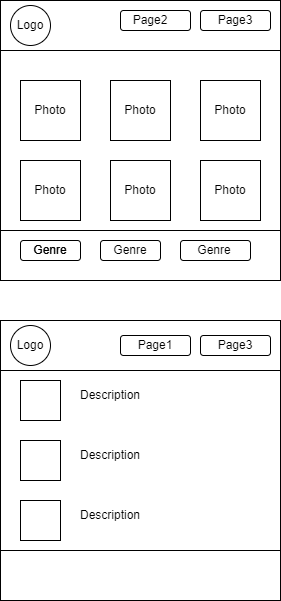
Above: 201-Project-Prototype.drawio.png in Blendshe/201-Project-Photography-website (draw.io), before the change. Source tidied: cells renumbered, new cells last; positions are measured from the earlier drawing's top-left corner, leaving out a move shared by most shapes.
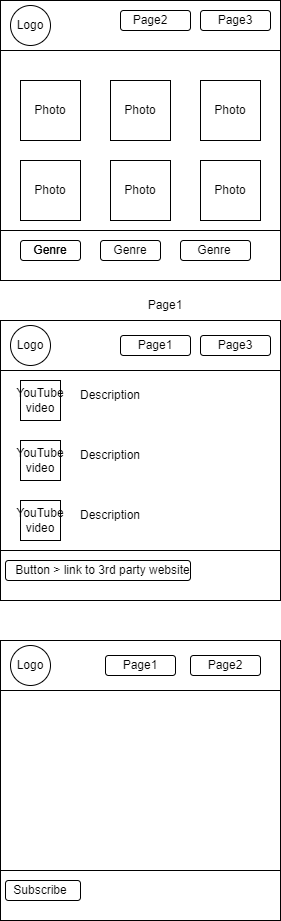
The same diagram one commit later.

Change to the diagram source:
```diff
@@ -111,7 +111,7 @@
       <mxGeometry x="120" y="335" width="70" height="20" as="geometry" />
     </mxCell>
     <mxCell id="38" value="Page1" style="text;html=1;strokeColor=none;fillColor=none;align=center;verticalAlign=middle;whiteSpace=wrap;rounded=0;" parent="1" vertex="1">
-      <mxGeometry x="125" y="330" width="60" height="30" as="geometry" />
+      <mxGeometry x="135" y="290" width="60" height="30" as="geometry" />
     </mxCell>
     <mxCell id="39" value="Page3" style="text;html=1;strokeColor=none;fillColor=none;align=center;verticalAlign=middle;whiteSpace=wrap;rounded=0;" parent="1" vertex="1">
       <mxGeometry x="205" y="330" width="60" height="30" as="geometry" />
@@ -134,5 +134,56 @@
     <mxCell id="45" value="Description" style="text;html=1;strokeColor=none;fillColor=none;align=center;verticalAlign=middle;whiteSpace=wrap;rounded=0;" parent="1" vertex="1">
       <mxGeometry x="80" y="500" width="60" height="30" as="geometry" />
     </mxCell>
+    <mxCell id="46" style="whiteSpace=wrap;html=1;" parent="1" vertex="1">
+      <mxGeometry y="640" width="280" height="280" as="geometry" />
+    </mxCell>
+    <mxCell id="47" style="rounded=0;whiteSpace=wrap;html=1;" parent="1" vertex="1">
+      <mxGeometry y="640" width="280" height="50" as="geometry" />
+    </mxCell>
+    <mxCell id="48" style="rounded=0;whiteSpace=wrap;html=1;" parent="1" vertex="1">
+      <mxGeometry y="870" width="280" height="50" as="geometry" />
+    </mxCell>
+    <mxCell id="49" style="rounded=1;whiteSpace=wrap;html=1;" parent="1" vertex="1">
+      <mxGeometry x="5" y="560" width="185" height="20" as="geometry" />
+    </mxCell>
+    <mxCell id="50" value="Button &amp;gt; link to 3rd party website" style="text;html=1;strokeColor=none;fillColor=none;align=center;verticalAlign=middle;whiteSpace=wrap;rounded=0;" parent="1" vertex="1">
+      <mxGeometry x="10" y="555" width="185" height="30" as="geometry" />
+    </mxCell>
+    <mxCell id="51" value="YouTube video" style="text;html=1;strokeColor=none;fillColor=none;align=center;verticalAlign=middle;whiteSpace=wrap;rounded=0;" parent="1" vertex="1">
+      <mxGeometry x="30" y="387.5" width="20" height="25" as="geometry" />
+    </mxCell>
+    <mxCell id="52" value="YouTube video" style="text;html=1;strokeColor=none;fillColor=none;align=center;verticalAlign=middle;whiteSpace=wrap;rounded=0;" parent="1" vertex="1">
+      <mxGeometry x="30" y="447.5" width="20" height="25" as="geometry" />
+    </mxCell>
+    <mxCell id="53" value="YouTube video" style="text;html=1;strokeColor=none;fillColor=none;align=center;verticalAlign=middle;whiteSpace=wrap;rounded=0;" parent="1" vertex="1">
+      <mxGeometry x="30" y="507.5" width="20" height="25" as="geometry" />
+    </mxCell>
+    <mxCell id="54" style="ellipse;whiteSpace=wrap;html=1;" parent="1" vertex="1">
+      <mxGeometry x="10" y="645" width="40" height="40" as="geometry" />
+    </mxCell>
+    <mxCell id="55" value="Logo" style="text;html=1;strokeColor=none;fillColor=none;align=center;verticalAlign=middle;whiteSpace=wrap;rounded=0;" parent="1" vertex="1">
+      <mxGeometry y="650" width="60" height="30" as="geometry" />
+    </mxCell>
+    <mxCell id="56" value="Page1" style="text;html=1;strokeColor=none;fillColor=none;align=center;verticalAlign=middle;whiteSpace=wrap;rounded=0;" parent="1" vertex="1">
+      <mxGeometry x="125" y="330" width="60" height="30" as="geometry" />
+    </mxCell>
+    <mxCell id="57" style="rounded=1;whiteSpace=wrap;html=1;" parent="1" vertex="1">
+      <mxGeometry x="190" y="655" width="70" height="20" as="geometry" />
+    </mxCell>
+    <mxCell id="58" style="rounded=1;whiteSpace=wrap;html=1;" parent="1" vertex="1">
+      <mxGeometry x="105" y="655" width="70" height="20" as="geometry" />
+    </mxCell>
+    <mxCell id="59" value="Page1" style="text;html=1;strokeColor=none;fillColor=none;align=center;verticalAlign=middle;whiteSpace=wrap;rounded=0;" parent="1" vertex="1">
+      <mxGeometry x="110" y="650" width="60" height="30" as="geometry" />
+    </mxCell>
+    <mxCell id="60" value="Page2" style="text;html=1;strokeColor=none;fillColor=none;align=center;verticalAlign=middle;whiteSpace=wrap;rounded=0;" parent="1" vertex="1">
+      <mxGeometry x="195" y="650" width="60" height="30" as="geometry" />
+    </mxCell>
+    <mxCell id="61" style="rounded=1;whiteSpace=wrap;html=1;" parent="1" vertex="1">
+      <mxGeometry x="5" y="880" width="75" height="20" as="geometry" />
+    </mxCell>
+    <mxCell id="62" value="Subscribe" style="text;html=1;strokeColor=none;fillColor=none;align=center;verticalAlign=middle;whiteSpace=wrap;rounded=0;" parent="1" vertex="1">
+      <mxGeometry x="10" y="875" width="60" height="30" as="geometry" />
+    </mxCell>
   </root>
 </mxGraphModel>
```
